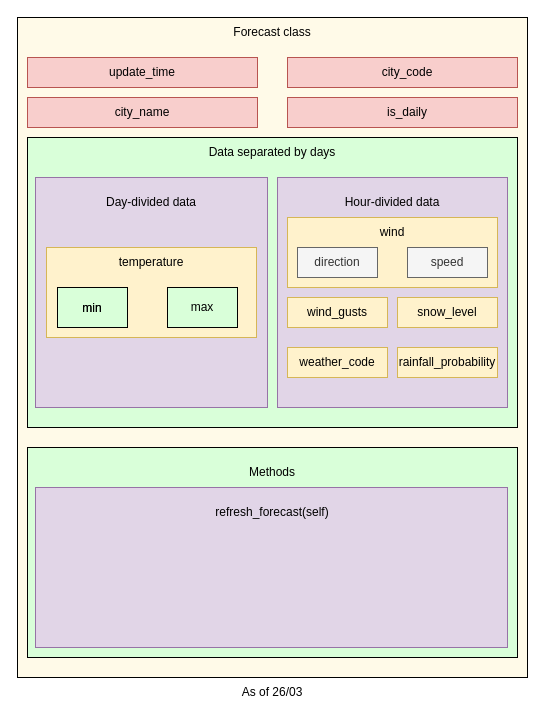
Before: misc/forecast_class_draw.drawio in Nekuake/AEMET-weather-wrapper, a draw.io diagram. Source tidied: cells renumbered, new cells numbered last; positions are measured from the earlier drawing's top-left corner, leaving out a move shared by most shapes. Both pictures are drawn from the tidied source at 100%, with x=0, y=0 at pixel (17, 17).
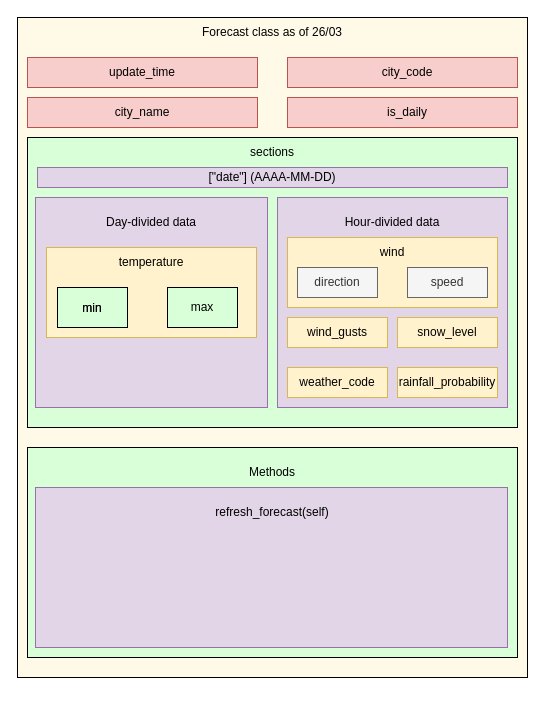
The same page after the edit.

The edit, as a diff of the source:
```diff
@@
-    <mxCell id="3" value="Forecast class" style="text;html=1;strokeColor=none;fillColor=none;align=center;verticalAlign=middle;whiteSpace=wrap;rounded=0;" parent="1" vertex="1">
+    <mxCell id="3" value="Forecast class as of 26/03" style="text;html=1;strokeColor=none;fillColor=none;align=center;verticalAlign=middle;whiteSpace=wrap;rounded=0;" parent="1" vertex="1">
       <mxGeometry x="10" width="490" height="30" as="geometry" />
     </mxCell>
@@
-    <mxCell id="13" value="Data separated by days" style="text;html=1;strokeColor=none;fillColor=none;align=center;verticalAlign=middle;whiteSpace=wrap;rounded=0;" parent="1" vertex="1">
+    <mxCell id="13" value="sections" style="text;html=1;strokeColor=none;fillColor=none;align=center;verticalAlign=middle;whiteSpace=wrap;rounded=0;" parent="1" vertex="1">
       <mxGeometry x="20" y="120" width="470" height="30" as="geometry" />
     </mxCell>
     <mxCell id="14" style="rounded=0;whiteSpace=wrap;html=1;fillColor=#e1d5e7;strokeColor=#9673a6;" parent="1" vertex="1">
-      <mxGeometry x="260" y="160" width="230" height="230" as="geometry" />
+      <mxGeometry x="260" y="180" width="230" height="210" as="geometry" />
     </mxCell>
     <mxCell id="15" value="Hour-divided data" style="text;html=1;strokeColor=none;fillColor=none;align=center;verticalAlign=middle;whiteSpace=wrap;rounded=0;" parent="1" vertex="1">
-      <mxGeometry x="270" y="170" width="210" height="30" as="geometry" />
+      <mxGeometry x="270" y="190" width="210" height="30" as="geometry" />
     </mxCell>
     <mxCell id="16" style="rounded=0;whiteSpace=wrap;html=1;fillColor=#e1d5e7;strokeColor=#9673a6;" parent="1" vertex="1">
-      <mxGeometry x="18" y="160" width="232" height="230" as="geometry" />
+      <mxGeometry x="18" y="180" width="232" height="210" as="geometry" />
     </mxCell>
     <mxCell id="17" value="Day-divided data" style="text;html=1;strokeColor=none;fillColor=none;align=center;verticalAlign=middle;whiteSpace=wrap;rounded=0;" parent="1" vertex="1">
-      <mxGeometry x="29" y="170" width="210" height="30" as="geometry" />
+      <mxGeometry x="29" y="190" width="210" height="30" as="geometry" />
     </mxCell>
@@
-    <mxCell id="22" value="As of 26/03" style="text;html=1;strokeColor=none;fillColor=none;align=center;verticalAlign=middle;whiteSpace=wrap;rounded=0;" parent="1" vertex="1">
-      <mxGeometry y="660" width="510" height="30" as="geometry" />
-    </mxCell>
     <mxCell id="23" style="rounded=0;whiteSpace=wrap;html=1;fillColor=#fff2cc;strokeColor=#d6b656;" parent="1" vertex="1">
-      <mxGeometry x="270" y="200" width="210" height="70" as="geometry" />
+      <mxGeometry x="270" y="220" width="210" height="70" as="geometry" />
     </mxCell>
     <mxCell id="24" value="wind" style="text;html=1;strokeColor=none;fillColor=none;align=center;verticalAlign=middle;whiteSpace=wrap;rounded=0;" parent="1" vertex="1">
-      <mxGeometry x="345" y="200" width="60" height="30" as="geometry" />
+      <mxGeometry x="345" y="220" width="60" height="30" as="geometry" />
     </mxCell>
     <mxCell id="25" value="direction" style="rounded=0;whiteSpace=wrap;html=1;fillColor=#f5f5f5;strokeColor=#666666;fontColor=#333333;" parent="1" vertex="1">
-      <mxGeometry x="280" y="230" width="80" height="30" as="geometry" />
+      <mxGeometry x="280" y="250" width="80" height="30" as="geometry" />
     </mxCell>
     <mxCell id="26" value="speed" style="text;html=1;strokeColor=#666666;fillColor=#f5f5f5;align=center;verticalAlign=middle;whiteSpace=wrap;rounded=0;fontColor=#333333;" parent="1" vertex="1">
-      <mxGeometry x="390" y="230" width="80" height="30" as="geometry" />
+      <mxGeometry x="390" y="250" width="80" height="30" as="geometry" />
     </mxCell>
     <mxCell id="27" style="rounded=0;whiteSpace=wrap;html=1;fillColor=#fff2cc;strokeColor=#d6b656;" parent="1" vertex="1">
-      <mxGeometry x="270" y="280" width="100" height="30" as="geometry" />
+      <mxGeometry x="270" y="300" width="100" height="30" as="geometry" />
     </mxCell>
     <mxCell id="28" value="wind_gusts" style="text;html=1;strokeColor=none;fillColor=none;align=center;verticalAlign=middle;whiteSpace=wrap;rounded=0;" parent="1" vertex="1">
-      <mxGeometry x="290" y="280" width="60" height="30" as="geometry" />
+      <mxGeometry x="290" y="300" width="60" height="30" as="geometry" />
     </mxCell>
     <mxCell id="29" style="rounded=0;whiteSpace=wrap;html=1;fillColor=#fff2cc;strokeColor=#d6b656;" parent="1" vertex="1">
-      <mxGeometry x="380" y="280" width="100" height="30" as="geometry" />
+      <mxGeometry x="380" y="300" width="100" height="30" as="geometry" />
     </mxCell>
     <mxCell id="30" value="snow_level" style="text;html=1;strokeColor=none;fillColor=none;align=center;verticalAlign=middle;whiteSpace=wrap;rounded=0;" parent="1" vertex="1">
-      <mxGeometry x="400" y="280" width="60" height="30" as="geometry" />
+      <mxGeometry x="400" y="300" width="60" height="30" as="geometry" />
     </mxCell>
     <mxCell id="31" style="rounded=0;whiteSpace=wrap;html=1;fillColor=#fff2cc;strokeColor=#d6b656;" parent="1" vertex="1">
-      <mxGeometry x="270" y="330" width="100" height="30" as="geometry" />
+      <mxGeometry x="270" y="350" width="100" height="30" as="geometry" />
     </mxCell>
     <mxCell id="32" value="weather_code" style="text;html=1;strokeColor=none;fillColor=none;align=center;verticalAlign=middle;whiteSpace=wrap;rounded=0;" parent="1" vertex="1">
-      <mxGeometry x="280" y="330" width="80" height="30" as="geometry" />
+      <mxGeometry x="280" y="350" width="80" height="30" as="geometry" />
     </mxCell>
     <mxCell id="33" style="rounded=0;whiteSpace=wrap;html=1;fillColor=#fff2cc;strokeColor=#d6b656;" parent="1" vertex="1">
-      <mxGeometry x="380" y="330" width="100" height="30" as="geometry" />
+      <mxGeometry x="380" y="350" width="100" height="30" as="geometry" />
     </mxCell>
     <mxCell id="34" value="rainfall_probability" style="text;html=1;strokeColor=none;fillColor=none;align=center;verticalAlign=middle;whiteSpace=wrap;rounded=0;" parent="1" vertex="1">
-      <mxGeometry x="390" y="330" width="80" height="30" as="geometry" />
+      <mxGeometry x="390" y="350" width="80" height="30" as="geometry" />
     </mxCell>
@@
+    <mxCell id="42" style="rounded=0;whiteSpace=wrap;html=1;fillColor=#e1d5e7;strokeColor=#9673a6;" parent="1" vertex="1">
+      <mxGeometry x="20" y="150" width="470" height="20" as="geometry" />
+    </mxCell>
+    <mxCell id="43" value="[&quot;date&quot;] (AAAA-MM-DD)" style="text;html=1;strokeColor=none;fillColor=none;align=center;verticalAlign=middle;whiteSpace=wrap;rounded=0;" parent="1" vertex="1">
+      <mxGeometry x="20" y="145" width="470" height="30" as="geometry" />
+    </mxCell>
```
